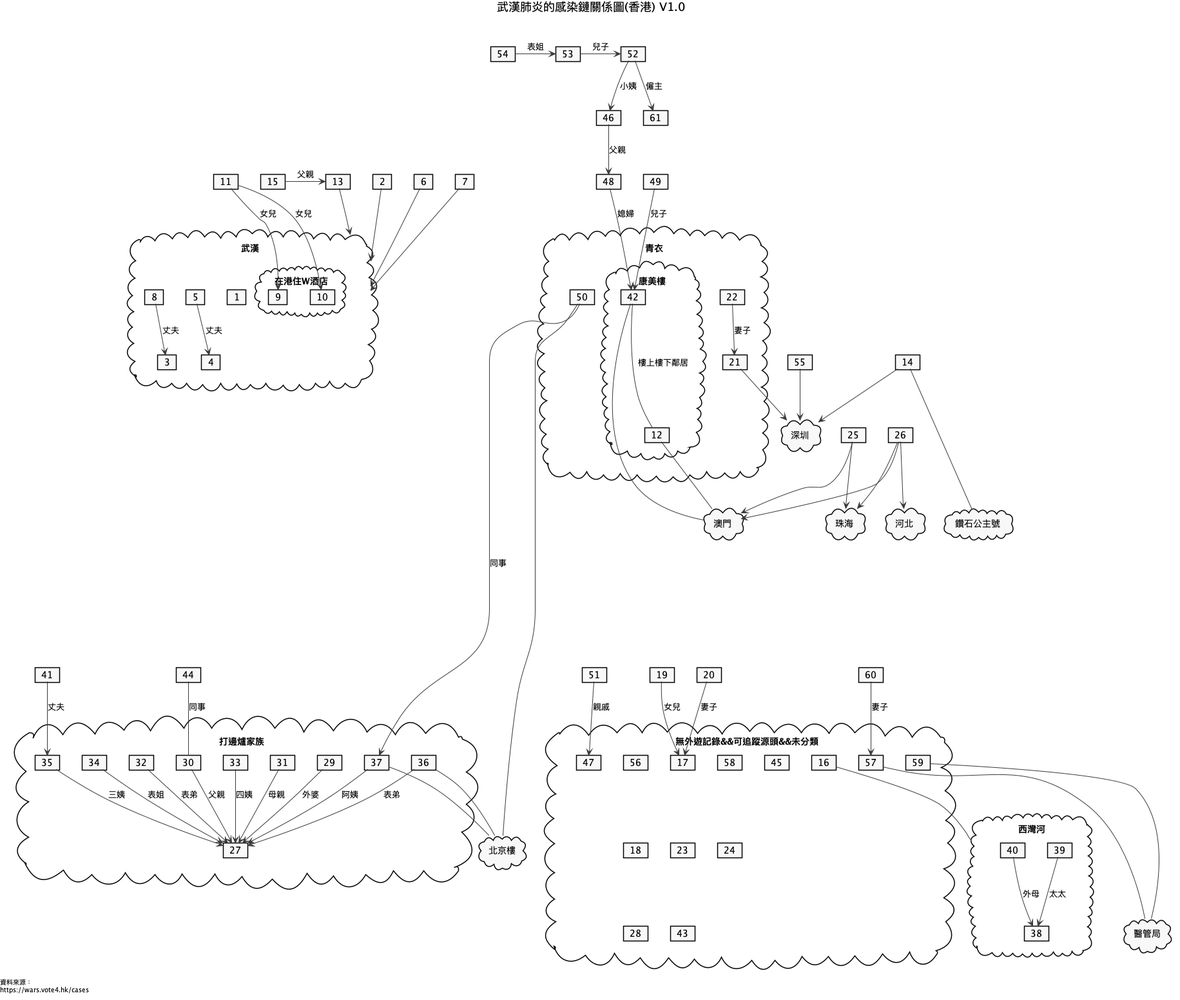
Earlier version of the PlantUML export wuhan-virus-spread-hongkong.png (benlau/wuhan-virus-info).
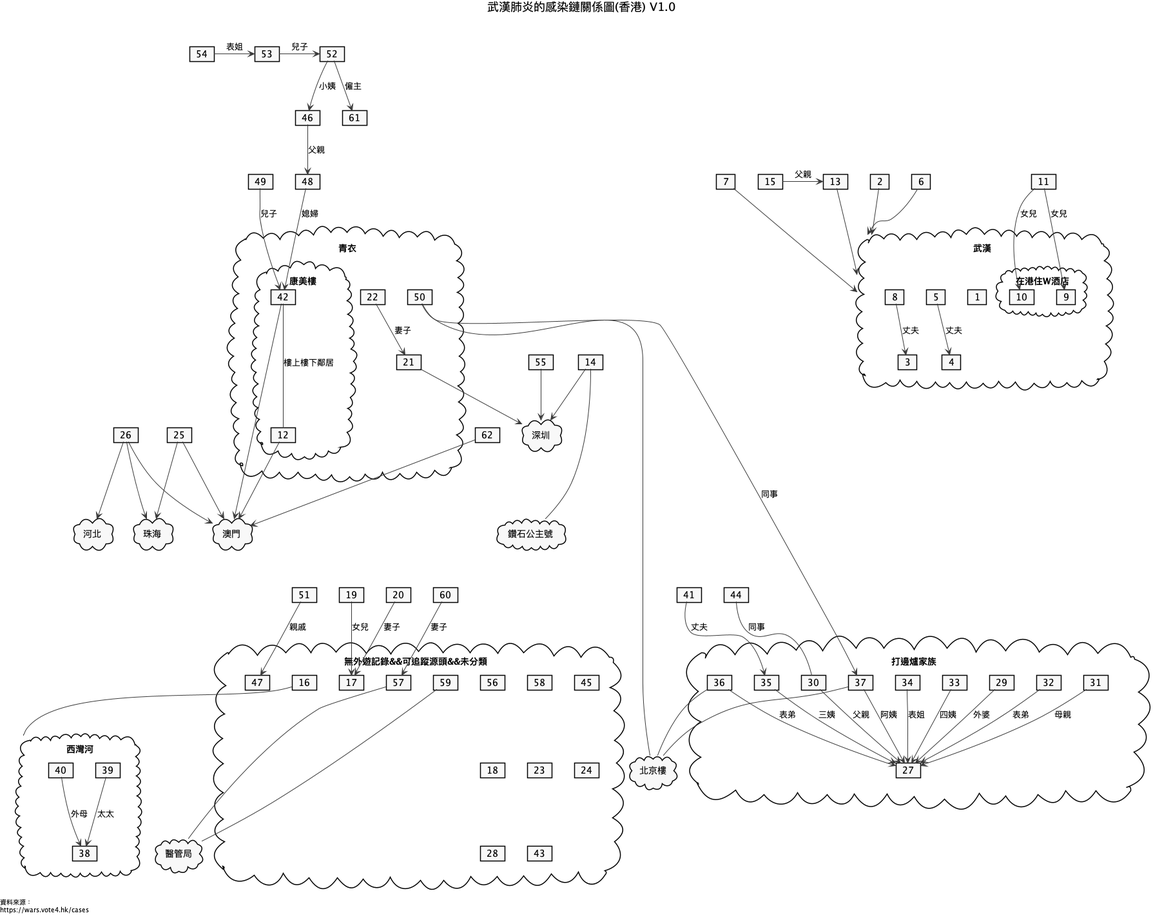
After the change.

The edit, as a diff of the source:
```diff
@@ -139,6 +139,7 @@
 card 53
 card 55
 card 60
+card 62
 
 49 --> 42: 兒子
 46 --> 48: 父親
@@ -157,8 +158,8 @@
 52 --> 61: 僱主
 52 --> 46: 小姨
 48 --> 42: 媳婦
-42 -- Macau
-12 -- Macau
+42 --> Macau
+12 --> Macau
 25 --> Macau
 25 --> Zhuhai
 26 --> Macau
@@ -177,11 +178,12 @@
 37 -- PekingRest
 36 -- PekingRest
 16 -- SaiWanHo
+62 --> Macau
 
 
 TsingYi -[hidden] Wuhan
-TsingYi -[hidden]------- NoRecord
-TsingYi -[hidden]------- HotPotFamily
+TsingYi -[hidden]----- NoRecord
+Wuhan -[hidden]----- HotPotFamily
 
 left footer
 資料來源：
```
